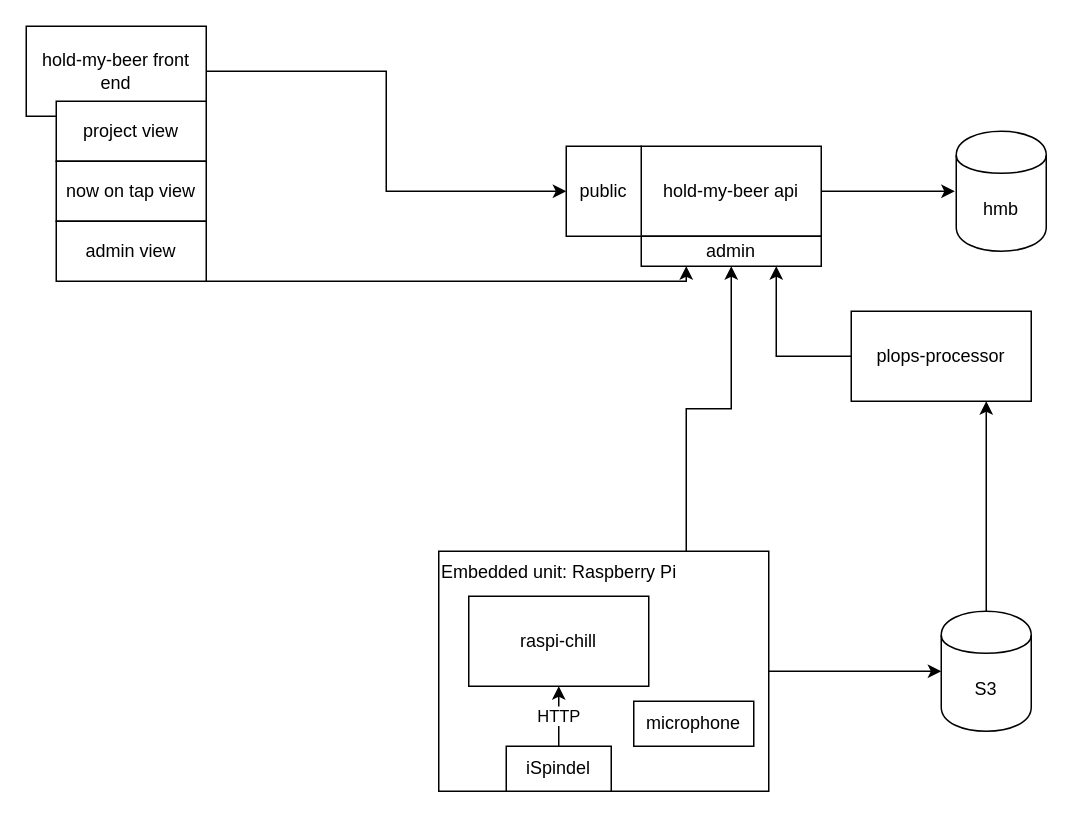
Earlier version of the draw.io diagram docs/hmb_architecture_diagram.drawio (foxdb/hold-my-beer). Source tidied: cells renumbered, new cells numbered last; positions are measured from the earlier drawing's top-left corner, leaving out a move shared by most shapes. Both pictures are drawn from the tidied source at 150%, with x=0, y=0 at pixel (26, 26).
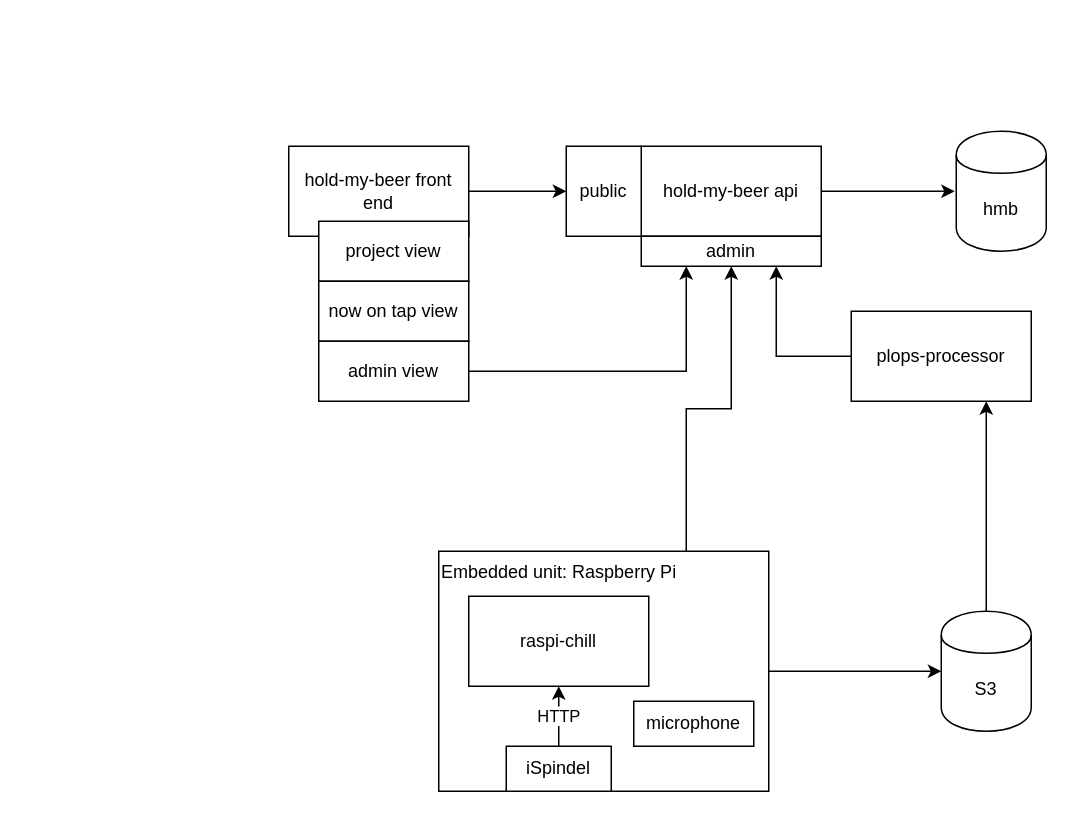
The same diagram, later.

The change refers to these unchanged cells:
```xml
<mxCell id="22" value="admin" style="rounded=0;whiteSpace=wrap;html=1;" parent="1" vertex="1">
  <mxGeometry x="410" y="140" width="120" height="20" as="geometry" />
</mxCell>
```

The edit, as a diff of the source:
```diff
@@
     <mxCell id="5" value="hold-my-beer front end" style="rounded=0;whiteSpace=wrap;html=1;glass=0;shadow=0;comic=0;" parent="1" vertex="1">
-      <mxGeometry width="120" height="60" as="geometry" />
+      <mxGeometry x="175" y="80" width="120" height="60" as="geometry" />
     </mxCell>
@@
     <mxCell id="14" value="project view" style="rounded=0;whiteSpace=wrap;html=1;" parent="1" vertex="1">
-      <mxGeometry x="20" y="50" width="100" height="40" as="geometry" />
+      <mxGeometry x="195" y="130" width="100" height="40" as="geometry" />
     </mxCell>
     <mxCell id="15" value="now on tap view" style="rounded=0;whiteSpace=wrap;html=1;" parent="1" vertex="1">
-      <mxGeometry x="20" y="90" width="100" height="40" as="geometry" />
+      <mxGeometry x="195" y="170" width="100" height="40" as="geometry" />
     </mxCell>
@@
-    <mxCell id="20" style="edgeStyle=orthogonalEdgeStyle;rounded=0;jettySize=auto;html=1;exitX=1;exitY=0.5;exitDx=0;exitDy=0;strokeColor=#000000;entryX=0.25;entryY=1;entryDx=0;entryDy=0;" parent="1" edge="1" source="21" target="22">
-      <mxGeometry relative="1" as="geometry">
-        <Array as="points">
-          <mxPoint x="440" y="170" />
-        </Array>
-      </mxGeometry>
+    <mxCell id="20" style="edgeStyle=orthogonalEdgeStyle;rounded=0;jettySize=auto;html=1;exitX=1;exitY=0.5;exitDx=0;exitDy=0;entryX=0.25;entryY=1;entryDx=0;entryDy=0;" parent="1" edge="1" source="21" target="22">
+      <mxGeometry relative="1" as="geometry" />
     </mxCell>
     <mxCell id="21" value="admin view" style="rounded=0;whiteSpace=wrap;html=1;" parent="1" vertex="1">
-      <mxGeometry x="20" y="130" width="100" height="40" as="geometry" />
+      <mxGeometry x="195" y="210" width="100" height="40" as="geometry" />
     </mxCell>
```
